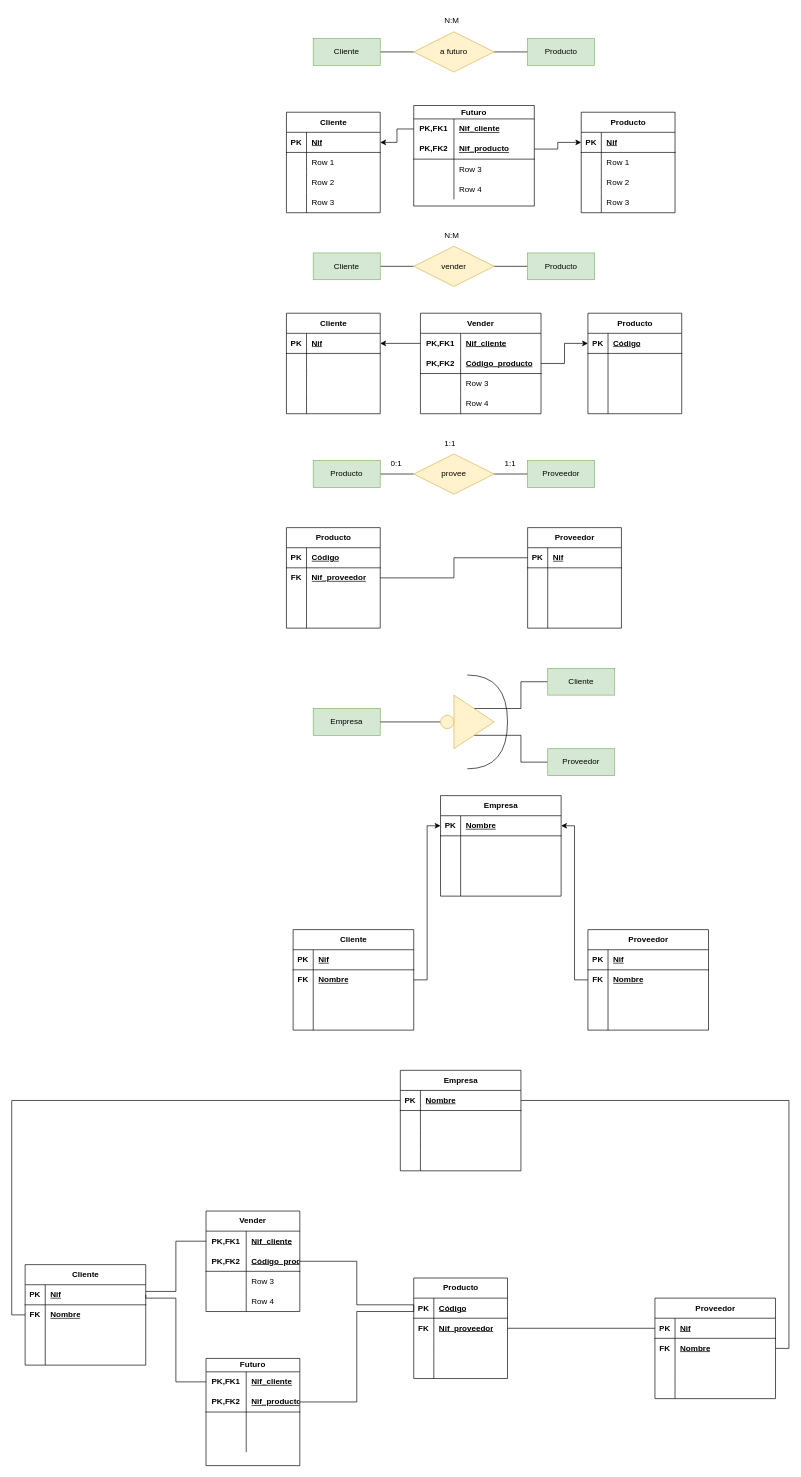
Before: Unidad-1/Tareas/Tarea-empresa/empresa.drawio in jdrguez/2-Daw, a draw.io diagram. Source tidied: cells renumbered, new cells numbered last; positions are measured from the earlier drawing's top-left corner, leaving out a move shared by most shapes. Both pictures are drawn from the tidied source at 67%, with x=0, y=0 at pixel (25, 11).
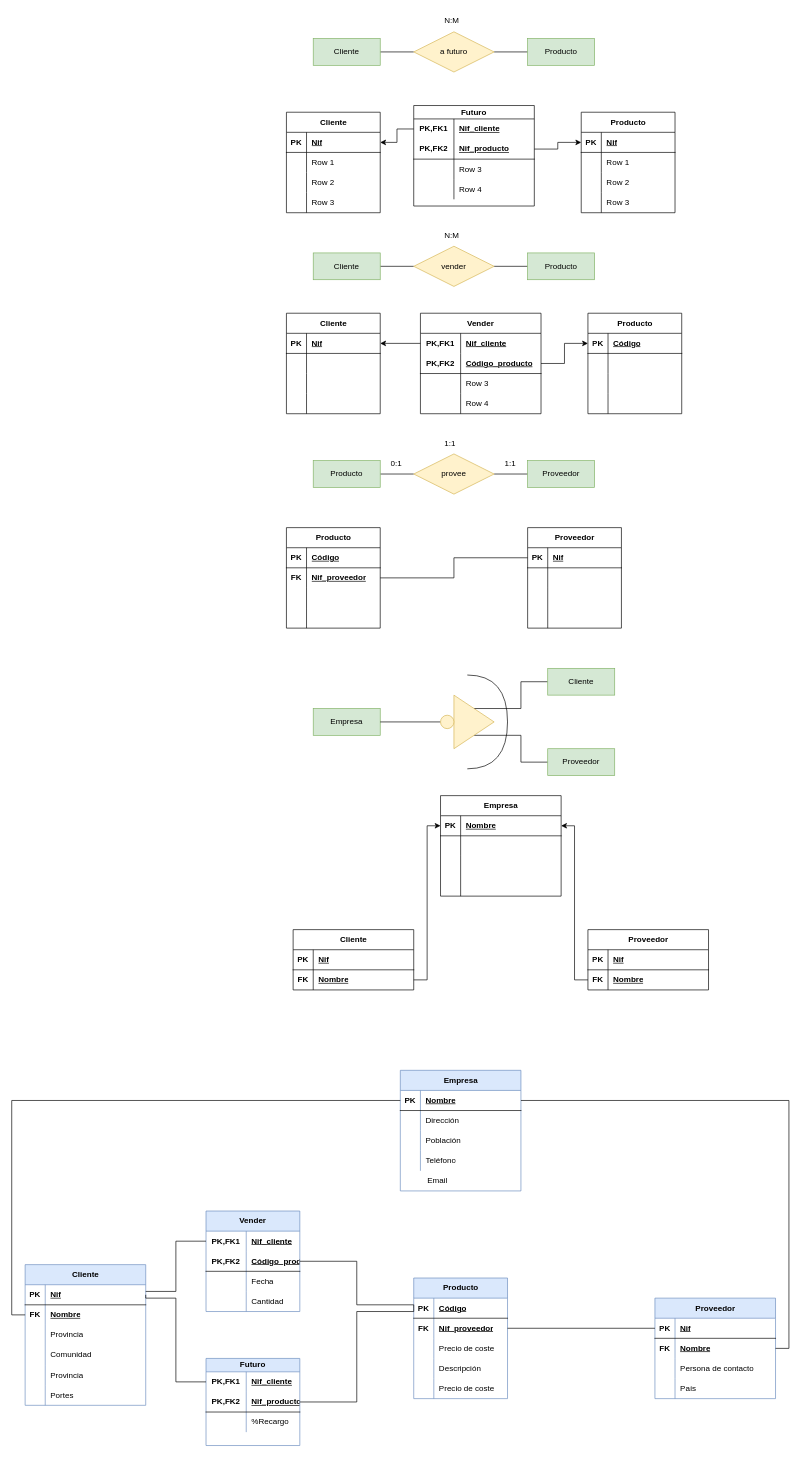
The same diagram, later.

The change refers to these unchanged cells:
```xml
<mxCell id="189" style="shape=tableRow;horizontal=0;startSize=0;swimlaneHead=0;swimlaneBody=0;fillColor=none;top=0;left=0;right=0;bottom=0;" parent="182" vertex="1">
  <mxGeometry y="90" width="140" height="30" as="geometry" />
</mxCell>
<mxCell id="192" style="shape=tableRow;horizontal=0;startSize=0;swimlaneHead=0;swimlaneBody=0;fillColor=none;top=0;left=0;right=0;bottom=0;" parent="182" vertex="1">
  <mxGeometry y="120" width="140" height="30" as="geometry" />
</mxCell>
<mxCell id="202" style="shape=tableRow;horizontal=0;startSize=0;swimlaneHead=0;swimlaneBody=0;fillColor=none;top=0;left=0;right=0;bottom=0;" parent="195" vertex="1">
  <mxGeometry y="90" width="180" height="30" as="geometry" />
</mxCell>
<mxCell id="205" style="shape=tableRow;horizontal=0;startSize=0;swimlaneHead=0;swimlaneBody=0;fillColor=none;top=0;left=0;right=0;bottom=0;" parent="195" vertex="1">
  <mxGeometry y="120" width="180" height="30" as="geometry" />
</mxCell>
<mxCell id="216" style="shape=tableRow;horizontal=0;startSize=0;swimlaneHead=0;swimlaneBody=0;fillColor=none;top=0;left=0;right=0;bottom=0;html=1;" parent="209" vertex="1">
  <mxGeometry y="90" width="140" height="30" as="geometry" />
</mxCell>
<mxCell id="219" style="shape=tableRow;horizontal=0;startSize=0;swimlaneHead=0;swimlaneBody=0;fillColor=none;top=0;left=0;right=0;bottom=0;html=1;" parent="209" vertex="1">
  <mxGeometry y="120" width="140" height="30" as="geometry" />
</mxCell>
<mxCell id="229" style="shape=tableRow;horizontal=0;startSize=0;swimlaneHead=0;swimlaneBody=0;fillColor=none;top=0;left=0;right=0;bottom=0;html=1;" parent="222" vertex="1">
  <mxGeometry y="80" width="140" height="30" as="geometry" />
</mxCell>
<mxCell id="241" style="shape=tableRow;horizontal=0;startSize=0;swimlaneHead=0;swimlaneBody=0;fillColor=none;top=0;left=0;right=0;bottom=0;" parent="237" vertex="1">
  <mxGeometry y="60" width="180" height="30" as="geometry" />
</mxCell>
<mxCell id="244" style="shape=tableRow;horizontal=0;startSize=0;swimlaneHead=0;swimlaneBody=0;fillColor=none;top=0;left=0;right=0;bottom=0;" parent="237" vertex="1">
  <mxGeometry y="90" width="180" height="30" as="geometry" />
</mxCell>
<mxCell id="247" style="shape=tableRow;horizontal=0;startSize=0;swimlaneHead=0;swimlaneBody=0;fillColor=none;top=0;left=0;right=0;bottom=0;" parent="237" vertex="1">
  <mxGeometry y="120" width="180" height="30" as="geometry" />
</mxCell>
<mxCell id="257" style="shape=tableRow;horizontal=0;startSize=0;swimlaneHead=0;swimlaneBody=0;fillColor=none;top=0;left=0;right=0;bottom=0;" parent="250" vertex="1">
  <mxGeometry y="90" width="180" height="30" as="geometry" />
</mxCell>
<mxCell id="260" style="shape=tableRow;horizontal=0;startSize=0;swimlaneHead=0;swimlaneBody=0;fillColor=none;top=0;left=0;right=0;bottom=0;" parent="250" vertex="1">
  <mxGeometry y="120" width="180" height="30" as="geometry" />
</mxCell>
```

What changed in the source:
```diff
@@
     <mxCell id="154" value="Cliente" style="shape=table;startSize=30;childLayout=tableLayout;rowLines=0;fontStyle=1;align=center;html=1;" parent="1" vertex="1">
-      <mxGeometry x="400" y="1370" width="180" height="150" as="geometry" />
+      <mxGeometry x="400" y="1370" width="180" height="90" as="geometry" />
     </mxCell>
@@
-    <mxCell id="161" style="shape=tableRow;horizontal=0;startSize=0;swimlaneHead=0;swimlaneBody=0;fillColor=none;top=0;left=0;right=0;bottom=0;" parent="154" vertex="1">
-      <mxGeometry y="90" width="180" height="30" as="geometry" />
-    </mxCell>
-    <mxCell id="162" style="shape=partialRectangle;fillColor=none;top=0;left=0;bottom=0;right=0;overflow=hidden;whiteSpace=wrap;html=1;" parent="161" vertex="1">
-      <mxGeometry width="30" height="30" as="geometry" />
-    </mxCell>
-    <mxCell id="163" style="shape=partialRectangle;fillColor=none;top=0;left=0;bottom=0;right=0;align=left;spacingLeft=6;overflow=hidden;whiteSpace=wrap;html=1;" parent="161" vertex="1">
-      <mxGeometry x="30" width="150" height="30" as="geometry" />
-    </mxCell>
-    <mxCell id="164" style="shape=tableRow;horizontal=0;startSize=0;swimlaneHead=0;swimlaneBody=0;fillColor=none;top=0;left=0;right=0;bottom=0;" parent="154" vertex="1">
-      <mxGeometry y="120" width="180" height="30" as="geometry" />
-    </mxCell>
-    <mxCell id="165" style="shape=partialRectangle;fillColor=none;top=0;left=0;bottom=0;right=0;overflow=hidden;whiteSpace=wrap;html=1;" parent="164" vertex="1">
-      <mxGeometry width="30" height="30" as="geometry" />
-    </mxCell>
-    <mxCell id="166" style="shape=partialRectangle;fillColor=none;top=0;left=0;bottom=0;right=0;align=left;spacingLeft=6;overflow=hidden;whiteSpace=wrap;html=1;" parent="164" vertex="1">
-      <mxGeometry x="30" width="150" height="30" as="geometry" />
-    </mxCell>
     <mxCell id="167" value="Proveedor" style="shape=table;startSize=30;childLayout=tableLayout;rowLines=0;fontStyle=1;align=center;html=1;" parent="1" vertex="1">
-      <mxGeometry x="840" y="1370" width="180" height="150" as="geometry" />
+      <mxGeometry x="840" y="1370" width="180" height="90" as="geometry" />
     </mxCell>
@@
-    <mxCell id="174" style="shape=tableRow;horizontal=0;startSize=0;swimlaneHead=0;swimlaneBody=0;fillColor=none;top=0;left=0;right=0;bottom=0;" parent="167" vertex="1">
-      <mxGeometry y="90" width="180" height="30" as="geometry" />
-    </mxCell>
-    <mxCell id="175" style="shape=partialRectangle;fillColor=none;top=0;left=0;bottom=0;right=0;overflow=hidden;whiteSpace=wrap;html=1;" parent="174" vertex="1">
-      <mxGeometry width="30" height="30" as="geometry" />
-    </mxCell>
-    <mxCell id="176" style="shape=partialRectangle;fillColor=none;top=0;left=0;bottom=0;right=0;align=left;spacingLeft=6;overflow=hidden;whiteSpace=wrap;html=1;" parent="174" vertex="1">
-      <mxGeometry x="30" width="150" height="30" as="geometry" />
-    </mxCell>
-    <mxCell id="177" style="shape=tableRow;horizontal=0;startSize=0;swimlaneHead=0;swimlaneBody=0;fillColor=none;top=0;left=0;right=0;bottom=0;" parent="167" vertex="1">
-      <mxGeometry y="120" width="180" height="30" as="geometry" />
-    </mxCell>
-    <mxCell id="178" style="shape=partialRectangle;fillColor=none;top=0;left=0;bottom=0;right=0;overflow=hidden;whiteSpace=wrap;html=1;" parent="177" vertex="1">
-      <mxGeometry width="30" height="30" as="geometry" />
-    </mxCell>
-    <mxCell id="179" style="shape=partialRectangle;fillColor=none;top=0;left=0;bottom=0;right=0;align=left;spacingLeft=6;overflow=hidden;whiteSpace=wrap;html=1;" parent="177" vertex="1">
-      <mxGeometry x="30" width="150" height="30" as="geometry" />
-    </mxCell>
@@
-    <mxCell id="182" value="Producto" style="shape=table;startSize=30;childLayout=tableLayout;rowLines=0;fontStyle=1;align=center;html=1;" parent="1" vertex="1">
-      <mxGeometry x="580" y="1890" width="140" height="150" as="geometry" />
+    <mxCell id="182" value="Producto" style="shape=table;startSize=30;childLayout=tableLayout;rowLines=0;fontStyle=1;align=center;html=1;fillColor=#dae8fc;strokeColor=#6c8ebf;" parent="1" vertex="1">
+      <mxGeometry x="580" y="1890" width="140" height="180" as="geometry" />
     </mxCell>
@@
-    <mxCell id="191" style="shape=partialRectangle;fillColor=none;top=0;left=0;bottom=0;right=0;align=left;spacingLeft=6;overflow=hidden;whiteSpace=wrap;html=1;" parent="189" vertex="1">
+    <mxCell id="191" value="Precio de coste" style="shape=partialRectangle;fillColor=none;top=0;left=0;bottom=0;right=0;align=left;spacingLeft=6;overflow=hidden;whiteSpace=wrap;html=1;" parent="189" vertex="1">
       <mxGeometry x="30" width="110" height="30" as="geometry" />
     </mxCell>
@@
-    <mxCell id="194" style="shape=partialRectangle;fillColor=none;top=0;left=0;bottom=0;right=0;align=left;spacingLeft=6;overflow=hidden;whiteSpace=wrap;html=1;" parent="192" vertex="1">
+    <mxCell id="194" value="Descripción" style="shape=partialRectangle;fillColor=none;top=0;left=0;bottom=0;right=0;align=left;spacingLeft=6;overflow=hidden;whiteSpace=wrap;html=1;" parent="192" vertex="1">
       <mxGeometry x="30" width="110" height="30" as="geometry" />
     </mxCell>
+    <mxCell id="267" style="shape=tableRow;horizontal=0;startSize=0;swimlaneHead=0;swimlaneBody=0;fillColor=none;top=0;left=0;right=0;bottom=0;" parent="182" vertex="1">
+      <mxGeometry y="150" width="140" height="30" as="geometry" />
+    </mxCell>
+    <mxCell id="268" style="shape=partialRectangle;fillColor=none;top=0;left=0;bottom=0;right=0;overflow=hidden;whiteSpace=wrap;html=1;" parent="267" vertex="1">
+      <mxGeometry width="30" height="30" as="geometry" />
+    </mxCell>
+    <mxCell id="269" value="Precio de coste" style="shape=partialRectangle;fillColor=none;top=0;left=0;bottom=0;right=0;align=left;spacingLeft=6;overflow=hidden;whiteSpace=wrap;html=1;" parent="267" vertex="1">
+      <mxGeometry x="30" width="110" height="30" as="geometry" />
+    </mxCell>
-    <mxCell id="195" value="Proveedor" style="shape=table;startSize=30;childLayout=tableLayout;rowLines=0;fontStyle=1;align=center;html=1;" parent="1" vertex="1">
+    <mxCell id="195" value="Proveedor" style="shape=table;startSize=30;childLayout=tableLayout;rowLines=0;fontStyle=1;align=center;html=1;fillColor=#dae8fc;strokeColor=#6c8ebf;" parent="1" vertex="1">
       <mxGeometry x="940" y="1920" width="180" height="150" as="geometry" />
     </mxCell>
@@
-    <mxCell id="204" style="shape=partialRectangle;fillColor=none;top=0;left=0;bottom=0;right=0;align=left;spacingLeft=6;overflow=hidden;whiteSpace=wrap;html=1;" parent="202" vertex="1">
+    <mxCell id="204" value="Persona de contacto" style="shape=partialRectangle;fillColor=none;top=0;left=0;bottom=0;right=0;align=left;spacingLeft=6;overflow=hidden;whiteSpace=wrap;html=1;" parent="202" vertex="1">
       <mxGeometry x="30" width="150" height="30" as="geometry" />
     </mxCell>
@@
-    <mxCell id="207" style="shape=partialRectangle;fillColor=none;top=0;left=0;bottom=0;right=0;align=left;spacingLeft=6;overflow=hidden;whiteSpace=wrap;html=1;" parent="205" vertex="1">
+    <mxCell id="207" value="País" style="shape=partialRectangle;fillColor=none;top=0;left=0;bottom=0;right=0;align=left;spacingLeft=6;overflow=hidden;whiteSpace=wrap;html=1;" parent="205" vertex="1">
       <mxGeometry x="30" width="150" height="30" as="geometry" />
     </mxCell>
@@
-    <mxCell id="209" value="Vender" style="shape=table;startSize=30;childLayout=tableLayout;rowLines=0;fontStyle=1;align=center;html=1;whiteSpace=wrap;" parent="1" vertex="1">
+    <mxCell id="209" value="Vender" style="shape=table;startSize=30;childLayout=tableLayout;rowLines=0;fontStyle=1;align=center;html=1;whiteSpace=wrap;fillColor=#dae8fc;strokeColor=#6c8ebf;" parent="1" vertex="1">
       <mxGeometry x="270" y="1790" width="140" height="150" as="geometry" />
     </mxCell>
@@
-    <mxCell id="218" value="Row 3" style="shape=partialRectangle;fillColor=none;top=0;left=0;bottom=0;right=0;align=left;spacingLeft=6;overflow=hidden;html=1;whiteSpace=wrap;" parent="216" vertex="1">
+    <mxCell id="218" value="Fecha" style="shape=partialRectangle;fillColor=none;top=0;left=0;bottom=0;right=0;align=left;spacingLeft=6;overflow=hidden;html=1;whiteSpace=wrap;" parent="216" vertex="1">
       <mxGeometry x="60" width="80" height="30" as="geometry" />
     </mxCell>
@@
-    <mxCell id="221" value="Row 4" style="shape=partialRectangle;fillColor=none;top=0;left=0;bottom=0;right=0;align=left;spacingLeft=6;overflow=hidden;html=1;whiteSpace=wrap;" parent="219" vertex="1">
+    <mxCell id="221" value="Cantidad" style="shape=partialRectangle;fillColor=none;top=0;left=0;bottom=0;right=0;align=left;spacingLeft=6;overflow=hidden;html=1;whiteSpace=wrap;" parent="219" vertex="1">
       <mxGeometry x="60" width="80" height="30" as="geometry" />
     </mxCell>
-    <mxCell id="222" value="Futuro" style="shape=table;startSize=20;childLayout=tableLayout;rowLines=0;fontStyle=1;align=center;html=1;whiteSpace=wrap;" parent="1" vertex="1">
-      <mxGeometry x="270" y="2010" width="140" height="160" as="geometry" />
+    <mxCell id="222" value="Futuro" style="shape=table;startSize=20;childLayout=tableLayout;rowLines=0;fontStyle=1;align=center;html=1;whiteSpace=wrap;fillColor=#dae8fc;strokeColor=#6c8ebf;" parent="1" vertex="1">
+      <mxGeometry x="270" y="2010" width="140" height="130" as="geometry" />
     </mxCell>
@@
-    <mxCell id="231" style="shape=partialRectangle;fillColor=none;top=0;left=0;bottom=0;right=0;align=left;spacingLeft=6;overflow=hidden;html=1;whiteSpace=wrap;" parent="229" vertex="1">
+    <mxCell id="231" value="%Recargo" style="shape=partialRectangle;fillColor=none;top=0;left=0;bottom=0;right=0;align=left;spacingLeft=6;overflow=hidden;html=1;whiteSpace=wrap;" parent="229" vertex="1">
       <mxGeometry x="60" width="80" height="30" as="geometry" />
     </mxCell>
-    <mxCell id="232" style="shape=tableRow;horizontal=0;startSize=0;swimlaneHead=0;swimlaneBody=0;fillColor=none;top=0;left=0;right=0;bottom=0;html=1;" parent="222" vertex="1">
-      <mxGeometry y="110" width="140" height="30" as="geometry" />
-    </mxCell>
-    <mxCell id="233" style="shape=partialRectangle;fillColor=none;top=0;left=0;bottom=0;right=0;overflow=hidden;html=1;whiteSpace=wrap;" parent="232" vertex="1">
-      <mxGeometry width="60" height="30" as="geometry" />
-    </mxCell>
-    <mxCell id="234" style="shape=partialRectangle;fillColor=none;top=0;left=0;bottom=0;right=0;align=left;spacingLeft=6;overflow=hidden;html=1;whiteSpace=wrap;" parent="232" vertex="1">
-      <mxGeometry x="60" width="80" height="30" as="geometry" />
-    </mxCell>
@@
-    <mxCell id="237" value="Empresa" style="shape=table;startSize=30;childLayout=tableLayout;rowLines=0;fontStyle=1;align=center;html=1;" parent="1" vertex="1">
-      <mxGeometry x="560" y="1580" width="180" height="150" as="geometry" />
+    <mxCell id="237" value="Empresa" style="shape=table;startSize=30;childLayout=tableLayout;rowLines=0;fontStyle=1;align=center;html=1;fillColor=#dae8fc;strokeColor=#6c8ebf;" parent="1" vertex="1">
+      <mxGeometry x="560" y="1580" width="180" height="180" as="geometry" />
     </mxCell>
@@
-    <mxCell id="243" style="shape=partialRectangle;fillColor=none;top=0;left=0;bottom=0;right=0;align=left;spacingLeft=6;overflow=hidden;whiteSpace=wrap;html=1;" parent="241" vertex="1">
+    <mxCell id="243" value="Dirección&lt;span style=&quot;white-space: pre;&quot;&gt;&#9;&lt;/span&gt;" style="shape=partialRectangle;fillColor=none;top=0;left=0;bottom=0;right=0;align=left;spacingLeft=6;overflow=hidden;whiteSpace=wrap;html=1;" parent="241" vertex="1">
       <mxGeometry x="30" width="150" height="30" as="geometry" />
     </mxCell>
@@
-    <mxCell id="246" style="shape=partialRectangle;fillColor=none;top=0;left=0;bottom=0;right=0;align=left;spacingLeft=6;overflow=hidden;whiteSpace=wrap;html=1;" parent="244" vertex="1">
+    <mxCell id="246" value="Población" style="shape=partialRectangle;fillColor=none;top=0;left=0;bottom=0;right=0;align=left;spacingLeft=6;overflow=hidden;whiteSpace=wrap;html=1;" parent="244" vertex="1">
       <mxGeometry x="30" width="150" height="30" as="geometry" />
     </mxCell>
@@
-    <mxCell id="249" style="shape=partialRectangle;fillColor=none;top=0;left=0;bottom=0;right=0;align=left;spacingLeft=6;overflow=hidden;whiteSpace=wrap;html=1;" parent="247" vertex="1">
+    <mxCell id="249" value="&lt;div&gt;Teléfono&lt;/div&gt;" style="shape=partialRectangle;fillColor=none;top=0;left=0;bottom=0;right=0;align=left;spacingLeft=6;overflow=hidden;whiteSpace=wrap;html=1;" parent="247" vertex="1">
       <mxGeometry x="30" width="150" height="30" as="geometry" />
     </mxCell>
-    <mxCell id="250" value="Cliente" style="shape=table;startSize=30;childLayout=tableLayout;rowLines=0;fontStyle=1;align=center;html=1;" parent="1" vertex="1">
-      <mxGeometry y="1870" width="180" height="150" as="geometry" />
+    <mxCell id="250" value="Cliente" style="shape=table;startSize=30;childLayout=tableLayout;rowLines=0;fontStyle=1;align=center;html=1;fillColor=#dae8fc;strokeColor=#6c8ebf;" parent="1" vertex="1">
+      <mxGeometry y="1870" width="180" height="210" as="geometry" />
     </mxCell>
@@
-    <mxCell id="259" style="shape=partialRectangle;fillColor=none;top=0;left=0;bottom=0;right=0;align=left;spacingLeft=6;overflow=hidden;whiteSpace=wrap;html=1;" parent="257" vertex="1">
+    <mxCell id="259" value="Provincia" style="shape=partialRectangle;fillColor=none;top=0;left=0;bottom=0;right=0;align=left;spacingLeft=6;overflow=hidden;whiteSpace=wrap;html=1;" parent="257" vertex="1">
       <mxGeometry x="30" width="150" height="30" as="geometry" />
     </mxCell>
@@
-    <mxCell id="262" style="shape=partialRectangle;fillColor=none;top=0;left=0;bottom=0;right=0;align=left;spacingLeft=6;overflow=hidden;whiteSpace=wrap;html=1;" parent="260" vertex="1">
+    <mxCell id="262" value="Comunidad" style="shape=partialRectangle;fillColor=none;top=0;left=0;bottom=0;right=0;align=left;spacingLeft=6;overflow=hidden;whiteSpace=wrap;html=1;" parent="260" vertex="1">
       <mxGeometry x="30" width="150" height="30" as="geometry" />
     </mxCell>
+    <mxCell id="270" style="shape=tableRow;horizontal=0;startSize=0;swimlaneHead=0;swimlaneBody=0;fillColor=none;top=0;left=0;right=0;bottom=0;" parent="250" vertex="1">
+      <mxGeometry y="150" width="180" height="30" as="geometry" />
+    </mxCell>
+    <mxCell id="271" style="shape=partialRectangle;fillColor=none;top=0;left=0;bottom=0;right=0;overflow=hidden;whiteSpace=wrap;html=1;" parent="270" vertex="1">
+      <mxGeometry width="30" height="30" as="geometry" />
+    </mxCell>
+    <mxCell id="272" value="Provincia" style="shape=partialRectangle;fillColor=none;top=0;left=0;bottom=0;right=0;align=left;spacingLeft=6;overflow=hidden;whiteSpace=wrap;html=1;" parent="270" vertex="1">
+      <mxGeometry x="30" width="150" height="30" as="geometry" />
+    </mxCell>
+    <mxCell id="273" style="shape=tableRow;horizontal=0;startSize=0;swimlaneHead=0;swimlaneBody=0;fillColor=none;top=0;left=0;right=0;bottom=0;" parent="250" vertex="1">
+      <mxGeometry y="180" width="180" height="30" as="geometry" />
+    </mxCell>
+    <mxCell id="274" style="shape=partialRectangle;fillColor=none;top=0;left=0;bottom=0;right=0;overflow=hidden;whiteSpace=wrap;html=1;" parent="273" vertex="1">
+      <mxGeometry width="30" height="30" as="geometry" />
+    </mxCell>
+    <mxCell id="275" value="Portes" style="shape=partialRectangle;fillColor=none;top=0;left=0;bottom=0;right=0;align=left;spacingLeft=6;overflow=hidden;whiteSpace=wrap;html=1;" parent="273" vertex="1">
+      <mxGeometry x="30" width="150" height="30" as="geometry" />
+    </mxCell>
@@
+    <mxCell id="276" value="Email" style="text;html=1;align=center;verticalAlign=middle;strokeColor=none;fillColor=none;" parent="1" vertex="1">
+      <mxGeometry x="590" y="1730" width="50" height="30" as="geometry" />
+    </mxCell>
```
